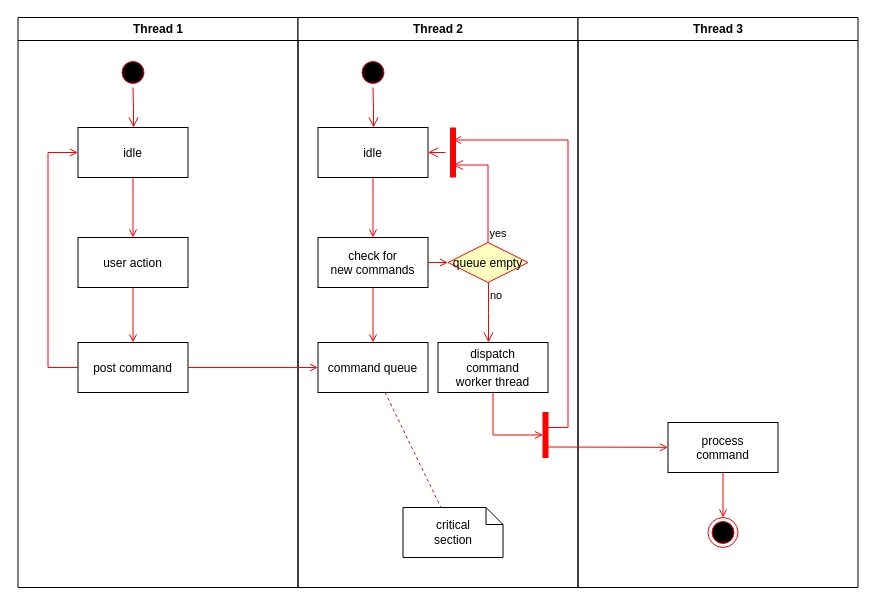
Before: EPS-WEB-APP.drawio in Done-Yang/eps-data-flow, a draw.io diagram. Source tidied: cells renumbered, new cells numbered last; positions are measured from the earlier drawing's top-left corner, leaving out a move shared by most shapes. Both pictures are drawn from the tidied source at 100%, with x=0, y=0 at pixel (17, 17).
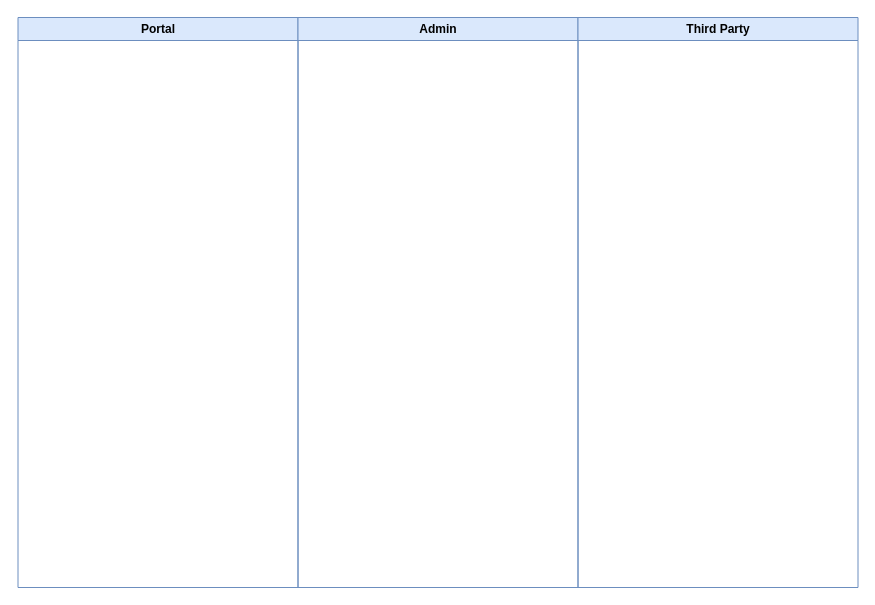
Above is the later version.

Change to the diagram source:
```diff
@@
-    <mxCell id="2" value="Thread 1" style="swimlane;whiteSpace=wrap;" parent="1" vertex="1">
+    <mxCell id="2" value="Portal" style="swimlane;whiteSpace=wrap;startSize=23;fillColor=#dae8fc;strokeColor=#6c8ebf;" parent="1" vertex="1">
       <mxGeometry x="0.5" width="280" height="570" as="geometry" />
     </mxCell>
-    <mxCell id="3" style="ellipse;shape=startState;fillColor=#000000;strokeColor=#ff0000;" parent="2" vertex="1">
-      <mxGeometry x="100" y="40" width="30" height="30" as="geometry" />
-    </mxCell>
-    <mxCell id="4" style="edgeStyle=elbowEdgeStyle;elbow=horizontal;verticalAlign=bottom;endArrow=open;endSize=8;strokeColor=#FF0000;endFill=1;rounded=0;" parent="2" edge="1" source="3" target="5">
-      <mxGeometry x="100" y="40" as="geometry" />
-    </mxCell>
-    <mxCell id="5" value="idle" parent="2" vertex="1">
-      <mxGeometry x="60" y="110" width="110" height="50" as="geometry" />
-    </mxCell>
-    <mxCell id="6" value="user action" parent="2" vertex="1">
-      <mxGeometry x="60" y="220" width="110" height="50" as="geometry" />
-    </mxCell>
-    <mxCell id="7" style="endArrow=open;strokeColor=#FF0000;endFill=1;rounded=0;" parent="2" edge="1" source="5" target="6">
-      <mxGeometry relative="1" as="geometry" />
-    </mxCell>
-    <mxCell id="8" value="post command" parent="2" vertex="1">
-      <mxGeometry x="60" y="325" width="110" height="50" as="geometry" />
-    </mxCell>
-    <mxCell id="9" style="endArrow=open;strokeColor=#FF0000;endFill=1;rounded=0;" parent="2" edge="1" source="6" target="8">
-      <mxGeometry relative="1" as="geometry" />
-    </mxCell>
-    <mxCell id="10" style="edgeStyle=elbowEdgeStyle;elbow=horizontal;strokeColor=#FF0000;endArrow=open;endFill=1;rounded=0;" parent="2" edge="1" source="8" target="5">
-      <mxGeometry relative="1" as="geometry">
-        <Array as="points">
-          <mxPoint x="30" y="250" />
-        </Array>
-      </mxGeometry>
-    </mxCell>
-    <mxCell id="11" value="Thread 2" style="swimlane;whiteSpace=wrap;" parent="1" vertex="1">
+    <mxCell id="11" value="Admin" style="swimlane;whiteSpace=wrap;fillColor=#dae8fc;strokeColor=#6c8ebf;" parent="1" vertex="1">
       <mxGeometry x="280.5" width="280" height="570" as="geometry" />
     </mxCell>
-    <mxCell id="12" style="ellipse;shape=startState;fillColor=#000000;strokeColor=#ff0000;" parent="11" vertex="1">
-      <mxGeometry x="60" y="40" width="30" height="30" as="geometry" />
-    </mxCell>
-    <mxCell id="13" style="edgeStyle=elbowEdgeStyle;elbow=horizontal;verticalAlign=bottom;endArrow=open;endSize=8;strokeColor=#FF0000;endFill=1;rounded=0;" parent="11" edge="1" source="12" target="14">
-      <mxGeometry x="40" y="20" as="geometry" />
-    </mxCell>
-    <mxCell id="14" value="idle" parent="11" vertex="1">
-      <mxGeometry x="20" y="110" width="110" height="50" as="geometry" />
-    </mxCell>
-    <mxCell id="15" value="check for &#10;new commands" parent="11" vertex="1">
-      <mxGeometry x="20" y="220" width="110" height="50" as="geometry" />
-    </mxCell>
-    <mxCell id="16" style="endArrow=open;strokeColor=#FF0000;endFill=1;rounded=0;" parent="11" edge="1" source="14" target="15">
-      <mxGeometry relative="1" as="geometry" />
-    </mxCell>
-    <mxCell id="17" value="command queue" parent="11" vertex="1">
-      <mxGeometry x="20" y="325" width="110" height="50" as="geometry" />
-    </mxCell>
-    <mxCell id="18" style="endArrow=open;strokeColor=#FF0000;endFill=1;rounded=0;" parent="11" edge="1" source="15" target="17">
-      <mxGeometry relative="1" as="geometry" />
-    </mxCell>
-    <mxCell id="19" value="queue empty" style="rhombus;fillColor=#ffffc0;strokeColor=#ff0000;" parent="11" vertex="1">
-      <mxGeometry x="150" y="225" width="80" height="40" as="geometry" />
-    </mxCell>
-    <mxCell id="20" value="yes" style="edgeStyle=elbowEdgeStyle;elbow=horizontal;align=left;verticalAlign=bottom;endArrow=open;endSize=8;strokeColor=#FF0000;exitX=0.5;exitY=0;endFill=1;rounded=0;entryX=0.75;entryY=0.5;entryPerimeter=0;" parent="11" edge="1" source="19" target="23">
-      <mxGeometry x="-1" relative="1" as="geometry">
-        <Array as="points">
-          <mxPoint x="190" y="180" />
-        </Array>
-      </mxGeometry>
-    </mxCell>
-    <mxCell id="21" value="no" style="edgeStyle=elbowEdgeStyle;elbow=horizontal;align=left;verticalAlign=top;endArrow=open;endSize=8;strokeColor=#FF0000;endFill=1;rounded=0;" parent="11" edge="1" source="19" target="25">
-      <mxGeometry x="-1" relative="1" as="geometry" />
-    </mxCell>
-    <mxCell id="22" style="endArrow=open;strokeColor=#FF0000;endFill=1;rounded=0;" parent="11" edge="1" source="15" target="19">
-      <mxGeometry relative="1" as="geometry" />
-    </mxCell>
-    <mxCell id="23" style="shape=line;strokeWidth=6;strokeColor=#ff0000;rotation=90;" parent="11" vertex="1">
-      <mxGeometry x="130" y="127.5" width="50" height="15" as="geometry" />
-    </mxCell>
-    <mxCell id="24" style="edgeStyle=elbowEdgeStyle;elbow=horizontal;verticalAlign=bottom;endArrow=open;endSize=8;strokeColor=#FF0000;endFill=1;rounded=0;" parent="11" edge="1" source="23" target="14">
-      <mxGeometry x="130" y="90" as="geometry" />
-    </mxCell>
-    <mxCell id="25" value="dispatch&#10;command&#10;worker thread" parent="11" vertex="1">
-      <mxGeometry x="140" y="325" width="110" height="50" as="geometry" />
-    </mxCell>
-    <mxCell id="26" value="critical&#10;section" style="shape=note;whiteSpace=wrap;size=17;" parent="11" vertex="1">
-      <mxGeometry x="105" y="490" width="100" height="50" as="geometry" />
-    </mxCell>
-    <mxCell id="27" style="endArrow=none;strokeColor=#FF0000;endFill=0;rounded=0;dashed=1;" parent="11" edge="1" source="17" target="26">
-      <mxGeometry relative="1" as="geometry" />
-    </mxCell>
-    <mxCell id="28" style="whiteSpace=wrap;strokeColor=#FF0000;fillColor=#FF0000;" parent="11" vertex="1">
-      <mxGeometry x="245" y="395" width="5" height="45" as="geometry" />
-    </mxCell>
-    <mxCell id="29" style="edgeStyle=elbowEdgeStyle;elbow=horizontal;entryX=0;entryY=0.5;strokeColor=#FF0000;endArrow=open;endFill=1;rounded=0;" parent="11" edge="1" source="25" target="28">
-      <mxGeometry relative="1" as="geometry">
-        <Array as="points">
-          <mxPoint x="195" y="400" />
-        </Array>
-      </mxGeometry>
-    </mxCell>
-    <mxCell id="30" value="Thread 3" style="swimlane;whiteSpace=wrap;" parent="1" vertex="1">
+    <mxCell id="30" value="Third Party" style="swimlane;whiteSpace=wrap;fillColor=#dae8fc;strokeColor=#6c8ebf;" parent="1" vertex="1">
       <mxGeometry x="560.5" width="280" height="570" as="geometry" />
     </mxCell>
-    <mxCell id="31" value="process&#10;command" parent="30" vertex="1">
-      <mxGeometry x="90" y="405" width="110" height="50" as="geometry" />
-    </mxCell>
-    <mxCell id="32" style="edgeStyle=elbowEdgeStyle;elbow=horizontal;strokeColor=#FF0000;endArrow=open;endFill=1;rounded=0;entryX=0.25;entryY=0.5;entryPerimeter=0;" parent="30" edge="1" target="23">
-      <mxGeometry relative="1" as="geometry">
-        <mxPoint x="-30" y="410" as="sourcePoint" />
-        <Array as="points">
-          <mxPoint x="-10" y="135" />
-        </Array>
-      </mxGeometry>
-    </mxCell>
-    <mxCell id="33" style="edgeStyle=none;strokeColor=#FF0000;endArrow=open;endFill=1;rounded=0;" parent="30" edge="1" target="31">
-      <mxGeometry relative="1" as="geometry">
-        <mxPoint x="-30" y="429.5" as="sourcePoint" />
-      </mxGeometry>
-    </mxCell>
-    <mxCell id="34" style="ellipse;shape=endState;fillColor=#000000;strokeColor=#ff0000;" parent="30" vertex="1">
-      <mxGeometry x="130" y="500" width="30" height="30" as="geometry" />
-    </mxCell>
-    <mxCell id="35" style="endArrow=open;strokeColor=#FF0000;endFill=1;rounded=0;" parent="30" edge="1" source="31" target="34">
-      <mxGeometry relative="1" as="geometry" />
-    </mxCell>
-    <mxCell id="36" style="endArrow=open;strokeColor=#FF0000;endFill=1;rounded=0;" parent="1" edge="1" source="8" target="17">
-      <mxGeometry relative="1" as="geometry" />
-    </mxCell>
```
